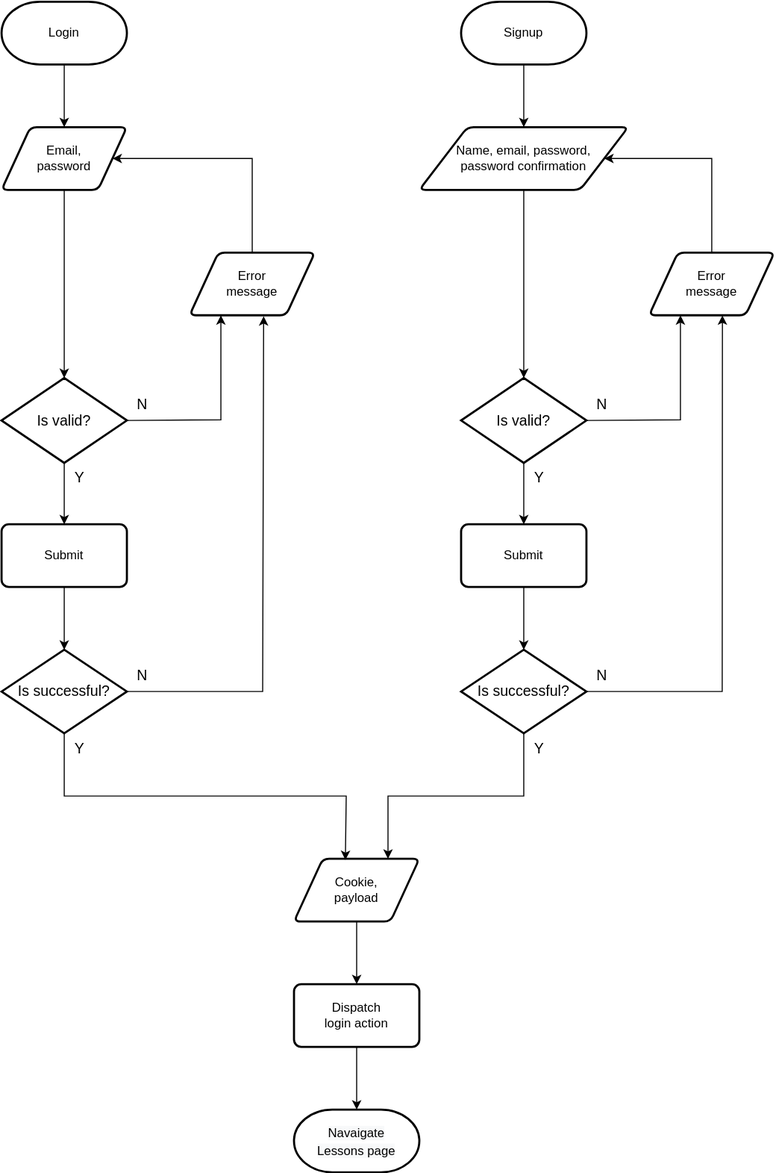
The draw.io diagram docs/images/auth-flow-chart.svg in huyphamfc/hyper-english, before a commit. Source tidied: cells renumbered, new cells last; positions are measured from the earlier drawing's top-left corner, leaving out a move shared by most shapes.
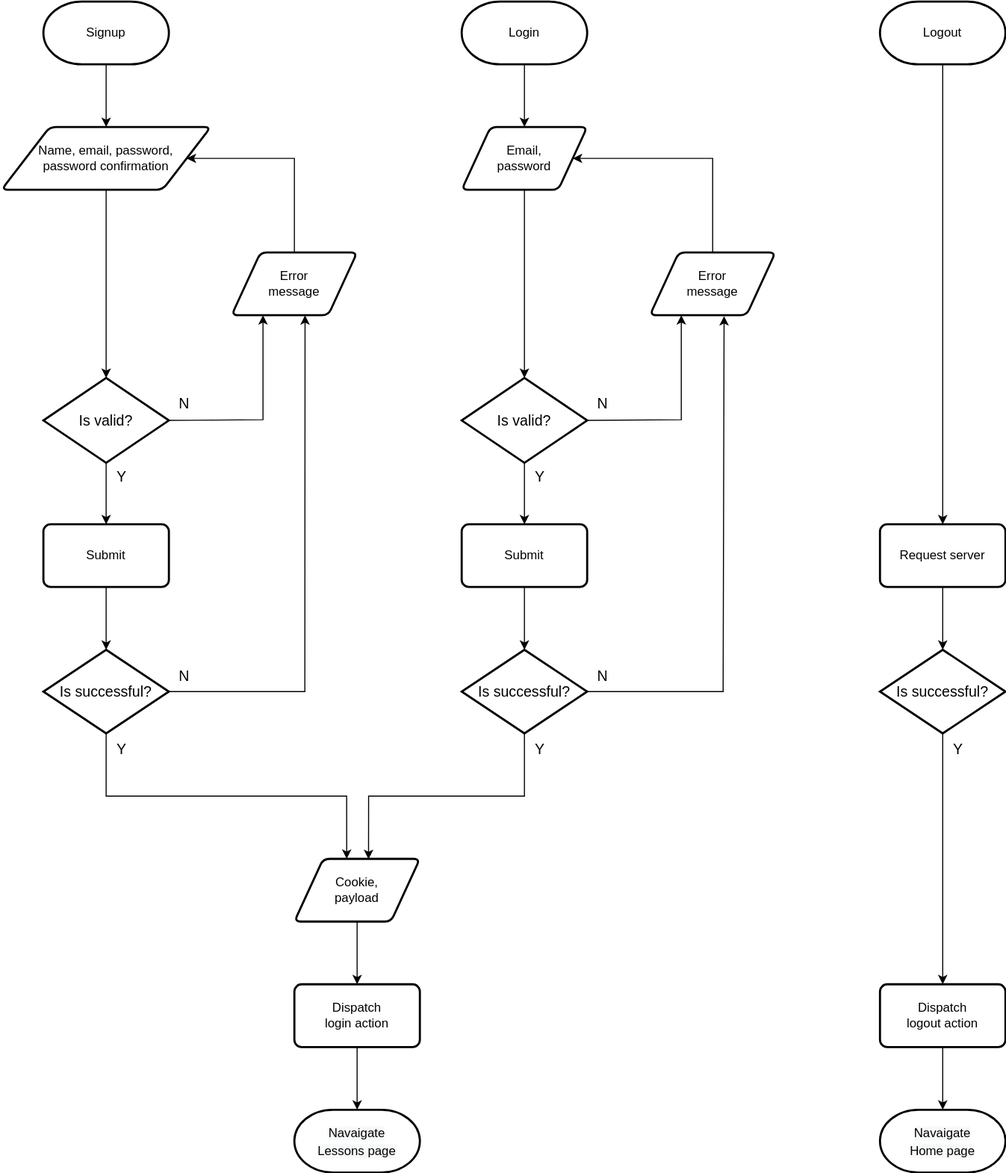
The same file after the commit.

Commit message:
edit Auth flowchart - add logout method

What changed in the source:
```diff
@@ -3,22 +3,19 @@
     <mxCell id="0" />
     <mxCell id="1" parent="0" />
     <mxCell id="2" value="Login" style="strokeWidth=2;html=1;shape=mxgraph.flowchart.terminator;whiteSpace=wrap;" parent="1" vertex="1">
-      <mxGeometry width="120" height="60" as="geometry" />
+      <mxGeometry x="400" width="120" height="60" as="geometry" />
     </mxCell>
     <mxCell id="3" value="Email,&lt;br&gt;password" style="shape=parallelogram;html=1;strokeWidth=2;perimeter=parallelogramPerimeter;whiteSpace=wrap;rounded=1;arcSize=12;size=0.23;" parent="1" vertex="1">
-      <mxGeometry y="120" width="120" height="60" as="geometry" />
+      <mxGeometry x="400" y="120" width="120" height="60" as="geometry" />
     </mxCell>
     <mxCell id="4" value="Is valid?" style="strokeWidth=2;html=1;shape=mxgraph.flowchart.decision;whiteSpace=wrap;fontSize=14;" parent="1" vertex="1">
-      <mxGeometry y="360" width="120" height="81.2" as="geometry" />
+      <mxGeometry x="400" y="360" width="120" height="81.2" as="geometry" />
     </mxCell>
-    <mxCell id="5" style="endArrow=classic;html=1;rounded=0;exitX=0.5;exitY=1;exitDx=0;exitDy=0;exitPerimeter=0;entryX=0.5;entryY=0;entryDx=0;entryDy=0;" parent="1" edge="1" source="2" target="3">
-      <mxGeometry relative="1" as="geometry" />
-    </mxCell>
     <mxCell id="6" value="Submit" style="rounded=1;whiteSpace=wrap;html=1;absoluteArcSize=1;arcSize=14;strokeWidth=2;" parent="1" vertex="1">
-      <mxGeometry y="500" width="120" height="60" as="geometry" />
+      <mxGeometry x="400" y="500" width="120" height="60" as="geometry" />
     </mxCell>
     <mxCell id="7" value="Is successful?" style="strokeWidth=2;html=1;shape=mxgraph.flowchart.decision;whiteSpace=wrap;fontSize=14;" parent="1" vertex="1">
-      <mxGeometry y="620" width="120" height="80" as="geometry" />
+      <mxGeometry x="400" y="620" width="120" height="80" as="geometry" />
     </mxCell>
     <mxCell id="8" style="endArrow=classic;html=1;rounded=0;exitX=0.5;exitY=1;exitDx=0;exitDy=0;entryX=0.5;entryY=0;entryDx=0;entryDy=0;entryPerimeter=0;" parent="1" edge="1" source="3" target="4">
       <mxGeometry relative="1" as="geometry" />
@@ -32,50 +29,50 @@
     <mxCell id="11" style="endArrow=classic;html=1;rounded=0;exitX=1;exitY=0.5;exitDx=0;exitDy=0;exitPerimeter=0;entryX=0.591;entryY=1.015;entryDx=0;entryDy=0;entryPerimeter=0;" parent="1" edge="1" source="7" target="12">
       <mxGeometry relative="1" as="geometry">
         <Array as="points">
-          <mxPoint x="250" y="660" />
+          <mxPoint x="650" y="660" />
         </Array>
       </mxGeometry>
     </mxCell>
     <mxCell id="12" value="Error&lt;br&gt;message" style="shape=parallelogram;html=1;strokeWidth=2;perimeter=parallelogramPerimeter;whiteSpace=wrap;rounded=1;arcSize=12;size=0.23;" parent="1" vertex="1">
-      <mxGeometry x="180" y="240" width="120" height="60" as="geometry" />
+      <mxGeometry x="580" y="240" width="120" height="60" as="geometry" />
     </mxCell>
     <mxCell id="13" style="endArrow=classic;html=1;rounded=0;exitX=1;exitY=0.5;exitDx=0;exitDy=0;exitPerimeter=0;entryX=0.25;entryY=1;entryDx=0;entryDy=0;" parent="1" edge="1" source="4" target="12">
       <mxGeometry relative="1" as="geometry">
         <Array as="points">
-          <mxPoint x="210" y="400" />
+          <mxPoint x="610" y="400" />
         </Array>
       </mxGeometry>
     </mxCell>
     <mxCell id="14" style="endArrow=classic;html=1;rounded=0;exitX=0.5;exitY=0;exitDx=0;exitDy=0;entryX=1;entryY=0.5;entryDx=0;entryDy=0;" parent="1" edge="1" source="12" target="3">
       <mxGeometry relative="1" as="geometry">
         <Array as="points">
-          <mxPoint x="240" y="150" />
+          <mxPoint x="640" y="150" />
         </Array>
       </mxGeometry>
     </mxCell>
     <mxCell id="15" value="Signup" style="strokeWidth=2;html=1;shape=mxgraph.flowchart.terminator;whiteSpace=wrap;" parent="1" vertex="1">
-      <mxGeometry x="440" width="120" height="60" as="geometry" />
+      <mxGeometry width="120" height="60" as="geometry" />
     </mxCell>
     <mxCell id="16" value="Name, email, password, &lt;br&gt;password confirmation" style="shape=parallelogram;html=1;strokeWidth=2;perimeter=parallelogramPerimeter;whiteSpace=wrap;rounded=1;arcSize=12;size=0.23;" parent="1" vertex="1">
-      <mxGeometry x="400" y="120" width="200" height="60" as="geometry" />
+      <mxGeometry x="-40" y="120" width="200" height="60" as="geometry" />
     </mxCell>
     <mxCell id="17" value="Is valid?" style="strokeWidth=2;html=1;shape=mxgraph.flowchart.decision;whiteSpace=wrap;fontSize=14;" parent="1" vertex="1">
-      <mxGeometry x="440" y="360" width="120" height="81.2" as="geometry" />
+      <mxGeometry y="360" width="120" height="81.2" as="geometry" />
     </mxCell>
     <mxCell id="18" style="endArrow=classic;html=1;rounded=0;exitX=0.5;exitY=1;exitDx=0;exitDy=0;exitPerimeter=0;entryX=0.5;entryY=0;entryDx=0;entryDy=0;" parent="1" edge="1" source="15" target="16">
       <mxGeometry relative="1" as="geometry" />
     </mxCell>
     <mxCell id="19" value="Submit" style="rounded=1;whiteSpace=wrap;html=1;absoluteArcSize=1;arcSize=14;strokeWidth=2;" parent="1" vertex="1">
-      <mxGeometry x="440" y="500" width="120" height="60" as="geometry" />
+      <mxGeometry y="500" width="120" height="60" as="geometry" />
     </mxCell>
     <mxCell id="20" value="Is successful?" style="strokeWidth=2;html=1;shape=mxgraph.flowchart.decision;whiteSpace=wrap;fontSize=14;" parent="1" vertex="1">
-      <mxGeometry x="440" y="620" width="120" height="80" as="geometry" />
+      <mxGeometry y="620" width="120" height="80" as="geometry" />
     </mxCell>
     <mxCell id="21" value="Cookie,&lt;br&gt;payload" style="shape=parallelogram;html=1;strokeWidth=2;perimeter=parallelogramPerimeter;whiteSpace=wrap;rounded=1;arcSize=12;size=0.23;" parent="1" vertex="1">
-      <mxGeometry x="280" y="820" width="120" height="60" as="geometry" />
+      <mxGeometry x="240" y="820" width="120" height="60" as="geometry" />
     </mxCell>
     <mxCell id="22" value="Dispatch &lt;br&gt;login action" style="rounded=1;whiteSpace=wrap;html=1;absoluteArcSize=1;arcSize=14;strokeWidth=2;" parent="1" vertex="1">
-      <mxGeometry x="280" y="940" width="120" height="60" as="geometry" />
+      <mxGeometry x="240" y="940" width="120" height="60" as="geometry" />
     </mxCell>
     <mxCell id="23" style="endArrow=classic;html=1;rounded=0;exitX=0.5;exitY=1;exitDx=0;exitDy=0;entryX=0.5;entryY=0;entryDx=0;entryDy=0;entryPerimeter=0;" parent="1" edge="1" source="16" target="17">
       <mxGeometry relative="1" as="geometry" />
@@ -91,75 +88,108 @@
     </mxCell>
     <mxCell id="27" style="endArrow=classic;html=1;rounded=0;exitX=0.5;exitY=1;exitDx=0;exitDy=0;entryX=0.5;entryY=0;entryDx=0;entryDy=0;" parent="1" edge="1" source="22">
       <mxGeometry relative="1" as="geometry">
-        <mxPoint x="340" y="1060" as="targetPoint" />
+        <mxPoint x="300" y="1060" as="targetPoint" />
       </mxGeometry>
     </mxCell>
     <mxCell id="28" style="endArrow=classic;html=1;rounded=0;exitX=1;exitY=0.5;exitDx=0;exitDy=0;exitPerimeter=0;entryX=0.585;entryY=1.002;entryDx=0;entryDy=0;entryPerimeter=0;" parent="1" edge="1" source="20" target="29">
       <mxGeometry relative="1" as="geometry">
         <Array as="points">
-          <mxPoint x="690" y="660" />
+          <mxPoint x="250" y="660" />
         </Array>
       </mxGeometry>
     </mxCell>
     <mxCell id="29" value="Error&lt;br&gt;message" style="shape=parallelogram;html=1;strokeWidth=2;perimeter=parallelogramPerimeter;whiteSpace=wrap;rounded=1;arcSize=12;size=0.23;" parent="1" vertex="1">
-      <mxGeometry x="620" y="240" width="120" height="60" as="geometry" />
+      <mxGeometry x="180" y="240" width="120" height="60" as="geometry" />
     </mxCell>
     <mxCell id="30" style="endArrow=classic;html=1;rounded=0;exitX=1;exitY=0.5;exitDx=0;exitDy=0;exitPerimeter=0;entryX=0.25;entryY=1;entryDx=0;entryDy=0;" parent="1" edge="1" source="17" target="29">
       <mxGeometry relative="1" as="geometry">
         <Array as="points">
-          <mxPoint x="650" y="400" />
+          <mxPoint x="210" y="400" />
         </Array>
       </mxGeometry>
     </mxCell>
     <mxCell id="31" style="endArrow=classic;html=1;rounded=0;exitX=0.5;exitY=0;exitDx=0;exitDy=0;entryX=1;entryY=0.5;entryDx=0;entryDy=0;" parent="1" edge="1" source="29" target="16">
       <mxGeometry relative="1" as="geometry">
         <Array as="points">
-          <mxPoint x="680" y="150" />
+          <mxPoint x="240" y="150" />
         </Array>
       </mxGeometry>
     </mxCell>
-    <mxCell id="32" style="endArrow=classic;html=1;rounded=0;exitX=0.5;exitY=1;exitDx=0;exitDy=0;exitPerimeter=0;entryX=0.41;entryY=0.019;entryDx=0;entryDy=0;entryPerimeter=0;" parent="1" edge="1" source="7" target="21">
-      <mxGeometry relative="1" as="geometry">
-        <Array as="points">
-          <mxPoint x="60" y="760" />
-          <mxPoint x="330" y="760" />
-        </Array>
-      </mxGeometry>
-    </mxCell>
-    <mxCell id="33" style="endArrow=classic;html=1;rounded=0;exitX=0.5;exitY=1;exitDx=0;exitDy=0;exitPerimeter=0;entryX=0.75;entryY=0;entryDx=0;entryDy=0;" parent="1" edge="1" source="20" target="21">
+    <mxCell id="33" style="endArrow=classic;html=1;rounded=0;exitX=0.5;exitY=1;exitDx=0;exitDy=0;exitPerimeter=0;entryX=0.417;entryY=0;entryDx=0;entryDy=0;entryPerimeter=0;" parent="1" edge="1" source="20" target="21">
       <mxGeometry relative="1" as="geometry">
         <Array as="points">
-          <mxPoint x="500" y="760" />
-          <mxPoint x="370" y="760" />
+          <mxPoint x="60" y="760" />
+          <mxPoint x="290" y="760" />
         </Array>
       </mxGeometry>
     </mxCell>
     <mxCell id="34" value="&lt;font style=&quot;font-size: 14px;&quot;&gt;Y&lt;/font&gt;" style="text;html=1;strokeColor=none;fillColor=none;align=center;verticalAlign=middle;whiteSpace=wrap;rounded=0;" parent="1" vertex="1">
-      <mxGeometry x="60" y="440" width="30" height="30" as="geometry" />
+      <mxGeometry x="460" y="440" width="30" height="30" as="geometry" />
     </mxCell>
-    <mxCell id="35" value="&lt;font style=&quot;font-size: 14px;&quot;&gt;Y&lt;/font&gt;" style="text;html=1;strokeColor=none;fillColor=none;align=center;verticalAlign=middle;whiteSpace=wrap;rounded=0;" parent="1" vertex="1">
-      <mxGeometry x="60" y="700" width="30" height="30" as="geometry" />
-    </mxCell>
     <mxCell id="36" value="&lt;font style=&quot;font-size: 14px;&quot;&gt;N&lt;/font&gt;" style="text;html=1;strokeColor=none;fillColor=none;align=center;verticalAlign=middle;whiteSpace=wrap;rounded=0;" parent="1" vertex="1">
-      <mxGeometry x="120" y="370" width="30" height="30" as="geometry" />
+      <mxGeometry x="520" y="370" width="30" height="30" as="geometry" />
     </mxCell>
     <mxCell id="37" value="&lt;font style=&quot;font-size: 14px;&quot;&gt;N&lt;/font&gt;" style="text;html=1;strokeColor=none;fillColor=none;align=center;verticalAlign=middle;whiteSpace=wrap;rounded=0;" parent="1" vertex="1">
-      <mxGeometry x="120" y="630" width="30" height="30" as="geometry" />
+      <mxGeometry x="520" y="630" width="30" height="30" as="geometry" />
     </mxCell>
     <mxCell id="38" value="&lt;font style=&quot;font-size: 14px;&quot;&gt;N&lt;/font&gt;" style="text;html=1;strokeColor=none;fillColor=none;align=center;verticalAlign=middle;whiteSpace=wrap;rounded=0;" parent="1" vertex="1">
-      <mxGeometry x="560" y="630" width="30" height="30" as="geometry" />
+      <mxGeometry x="120" y="630" width="30" height="30" as="geometry" />
     </mxCell>
     <mxCell id="39" value="&lt;font style=&quot;font-size: 14px;&quot;&gt;Y&lt;/font&gt;" style="text;html=1;strokeColor=none;fillColor=none;align=center;verticalAlign=middle;whiteSpace=wrap;rounded=0;" parent="1" vertex="1">
-      <mxGeometry x="500" y="700" width="30" height="30" as="geometry" />
+      <mxGeometry x="60" y="700" width="30" height="30" as="geometry" />
     </mxCell>
     <mxCell id="40" value="&lt;font style=&quot;font-size: 14px;&quot;&gt;Y&lt;/font&gt;" style="text;html=1;strokeColor=none;fillColor=none;align=center;verticalAlign=middle;whiteSpace=wrap;rounded=0;" parent="1" vertex="1">
-      <mxGeometry x="500" y="440" width="30" height="30" as="geometry" />
+      <mxGeometry x="60" y="440" width="30" height="30" as="geometry" />
     </mxCell>
     <mxCell id="41" value="&lt;font style=&quot;font-size: 14px;&quot;&gt;N&lt;/font&gt;" style="text;html=1;strokeColor=none;fillColor=none;align=center;verticalAlign=middle;whiteSpace=wrap;rounded=0;" parent="1" vertex="1">
-      <mxGeometry x="560" y="370" width="30" height="30" as="geometry" />
+      <mxGeometry x="120" y="370" width="30" height="30" as="geometry" />
     </mxCell>
     <mxCell id="42" value="&lt;span style=&quot;color: rgb(0, 0, 0); font-family: Helvetica; font-size: 12px; font-style: normal; font-variant-ligatures: normal; font-variant-caps: normal; font-weight: 400; letter-spacing: normal; orphans: 2; text-align: center; text-indent: 0px; text-transform: none; widows: 2; word-spacing: 0px; -webkit-text-stroke-width: 0px; background-color: rgb(248, 249, 250); text-decoration-thickness: initial; text-decoration-style: initial; text-decoration-color: initial; float: none; display: inline !important;&quot;&gt;Navaigate&lt;/span&gt;&lt;br style=&quot;color: rgb(0, 0, 0); font-family: Helvetica; font-size: 12px; font-style: normal; font-variant-ligatures: normal; font-variant-caps: normal; font-weight: 400; letter-spacing: normal; orphans: 2; text-align: center; text-indent: 0px; text-transform: none; widows: 2; word-spacing: 0px; -webkit-text-stroke-width: 0px; background-color: rgb(248, 249, 250); text-decoration-thickness: initial; text-decoration-style: initial; text-decoration-color: initial;&quot;&gt;&lt;span style=&quot;color: rgb(0, 0, 0); font-family: Helvetica; font-size: 12px; font-style: normal; font-variant-ligatures: normal; font-variant-caps: normal; font-weight: 400; letter-spacing: normal; orphans: 2; text-align: center; text-indent: 0px; text-transform: none; widows: 2; word-spacing: 0px; -webkit-text-stroke-width: 0px; background-color: rgb(248, 249, 250); text-decoration-thickness: initial; text-decoration-style: initial; text-decoration-color: initial; float: none; display: inline !important;&quot;&gt;Lessons page&lt;/span&gt;" style="strokeWidth=2;html=1;shape=mxgraph.flowchart.terminator;whiteSpace=wrap;fontSize=14;" parent="1" vertex="1">
-      <mxGeometry x="280" y="1060" width="120" height="60" as="geometry" />
+      <mxGeometry x="240" y="1060" width="120" height="60" as="geometry" />
     </mxCell>
+    <mxCell id="32" style="endArrow=classic;html=1;rounded=0;exitX=0.5;exitY=1;exitDx=0;exitDy=0;exitPerimeter=0;entryX=0.591;entryY=0.005;entryDx=0;entryDy=0;entryPerimeter=0;" parent="1" edge="1" source="7" target="21">
+      <mxGeometry relative="1" as="geometry">
+        <Array as="points">
+          <mxPoint x="460" y="760" />
+          <mxPoint x="311" y="760" />
+        </Array>
+      </mxGeometry>
+    </mxCell>
+    <mxCell id="43" value="&lt;font style=&quot;font-size: 14px;&quot;&gt;Y&lt;/font&gt;" style="text;html=1;strokeColor=none;fillColor=none;align=center;verticalAlign=middle;whiteSpace=wrap;rounded=0;" parent="1" vertex="1">
+      <mxGeometry x="460" y="700" width="30" height="30" as="geometry" />
+    </mxCell>
+    <mxCell id="5" style="endArrow=classic;html=1;rounded=0;exitX=0.5;exitY=1;exitDx=0;exitDy=0;exitPerimeter=0;entryX=0.5;entryY=0;entryDx=0;entryDy=0;" parent="1" edge="1" source="2" target="3">
+      <mxGeometry relative="1" as="geometry" />
+    </mxCell>
+    <mxCell id="44" value="Logout" style="strokeWidth=2;html=1;shape=mxgraph.flowchart.terminator;whiteSpace=wrap;" parent="1" vertex="1">
+      <mxGeometry x="800" width="120" height="60" as="geometry" />
+    </mxCell>
+    <mxCell id="45" value="Dispatch &lt;br&gt;logout action" style="rounded=1;whiteSpace=wrap;html=1;absoluteArcSize=1;arcSize=14;strokeWidth=2;" parent="1" vertex="1">
+      <mxGeometry x="800" y="940" width="120" height="60" as="geometry" />
+    </mxCell>
+    <mxCell id="46" value="&lt;span style=&quot;color: rgb(0, 0, 0); font-family: Helvetica; font-size: 12px; font-style: normal; font-variant-ligatures: normal; font-variant-caps: normal; font-weight: 400; letter-spacing: normal; orphans: 2; text-align: center; text-indent: 0px; text-transform: none; widows: 2; word-spacing: 0px; -webkit-text-stroke-width: 0px; background-color: rgb(248, 249, 250); text-decoration-thickness: initial; text-decoration-style: initial; text-decoration-color: initial; float: none; display: inline !important;&quot;&gt;Navaigate&lt;/span&gt;&lt;br style=&quot;color: rgb(0, 0, 0); font-family: Helvetica; font-size: 12px; font-style: normal; font-variant-ligatures: normal; font-variant-caps: normal; font-weight: 400; letter-spacing: normal; orphans: 2; text-align: center; text-indent: 0px; text-transform: none; widows: 2; word-spacing: 0px; -webkit-text-stroke-width: 0px; background-color: rgb(248, 249, 250); text-decoration-thickness: initial; text-decoration-style: initial; text-decoration-color: initial;&quot;&gt;&lt;span style=&quot;color: rgb(0, 0, 0); font-family: Helvetica; font-size: 12px; font-style: normal; font-variant-ligatures: normal; font-variant-caps: normal; font-weight: 400; letter-spacing: normal; orphans: 2; text-align: center; text-indent: 0px; text-transform: none; widows: 2; word-spacing: 0px; -webkit-text-stroke-width: 0px; background-color: rgb(248, 249, 250); text-decoration-thickness: initial; text-decoration-style: initial; text-decoration-color: initial; float: none; display: inline !important;&quot;&gt;Home page&lt;/span&gt;" style="strokeWidth=2;html=1;shape=mxgraph.flowchart.terminator;whiteSpace=wrap;fontSize=14;" parent="1" vertex="1">
+      <mxGeometry x="800" y="1060" width="120" height="60" as="geometry" />
+    </mxCell>
+    <mxCell id="47" style="endArrow=classic;html=1;rounded=0;exitX=0.5;exitY=1;exitDx=0;exitDy=0;entryX=0.5;entryY=0;entryDx=0;entryDy=0;entryPerimeter=0;" parent="1" edge="1" source="45" target="46">
+      <mxGeometry relative="1" as="geometry" />
+    </mxCell>
+    <mxCell id="48" value="Request server" style="rounded=1;whiteSpace=wrap;html=1;absoluteArcSize=1;arcSize=14;strokeWidth=2;" parent="1" vertex="1">
+      <mxGeometry x="800" y="500" width="120" height="60" as="geometry" />
+    </mxCell>
+    <mxCell id="49" style="endArrow=classic;html=1;rounded=0;exitX=0.5;exitY=1;exitDx=0;exitDy=0;exitPerimeter=0;entryX=0.5;entryY=0;entryDx=0;entryDy=0;" parent="1" edge="1" source="44" target="48">
+      <mxGeometry relative="1" as="geometry" />
+    </mxCell>
+    <mxCell id="50" value="Is successful?" style="strokeWidth=2;html=1;shape=mxgraph.flowchart.decision;whiteSpace=wrap;fontSize=14;" parent="1" vertex="1">
+      <mxGeometry x="800" y="620" width="120" height="80" as="geometry" />
+    </mxCell>
+    <mxCell id="51" style="endArrow=classic;html=1;rounded=0;exitX=0.5;exitY=1;exitDx=0;exitDy=0;" parent="1" edge="1" source="48" target="50">
+      <mxGeometry relative="1" as="geometry" />
+    </mxCell>
+    <mxCell id="52" style="endArrow=classic;html=1;rounded=0;exitX=0.5;exitY=1;exitDx=0;exitDy=0;exitPerimeter=0;entryX=0.5;entryY=0;entryDx=0;entryDy=0;" parent="1" edge="1" source="50" target="45">
+      <mxGeometry relative="1" as="geometry" />
+    </mxCell>
+    <mxCell id="53" value="&lt;font style=&quot;font-size: 14px;&quot;&gt;Y&lt;/font&gt;" style="text;html=1;strokeColor=none;fillColor=none;align=center;verticalAlign=middle;whiteSpace=wrap;rounded=0;" parent="1" vertex="1">
+      <mxGeometry x="860" y="700" width="30" height="30" as="geometry" />
+    </mxCell>
   </root>
 </mxGraphModel>
```
